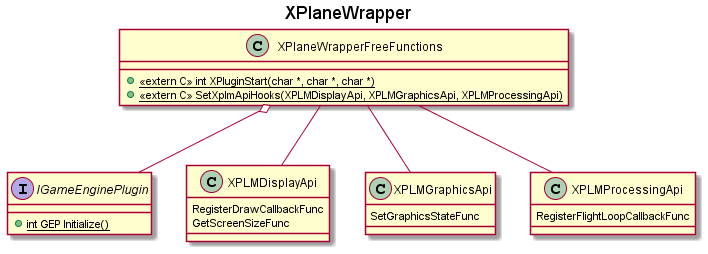
stevostj/Sandbox keeps this PlantUML diagram as GameEnginePlugin/Docs/XPlaneWrapper.png. Above is the earlier version.
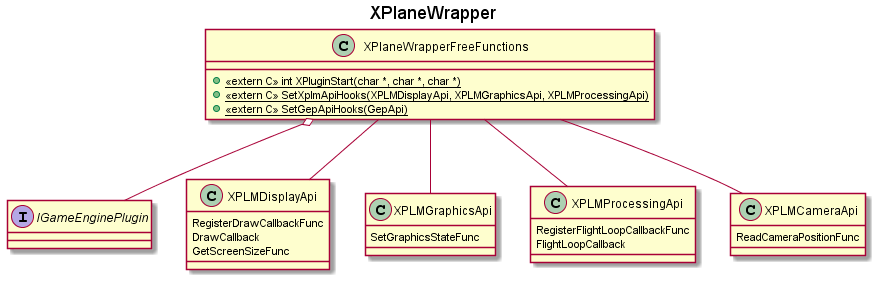
After the change.

Diff of the diagram source:
```diff
@@ -3,11 +3,11 @@
 title "XPlaneWrapper"
 
 interface "IGameEnginePlugin"  as IGEP {
-    + {static} int GEP Initialize()
 }
 
 class "XPLMDisplayApi" as XDA {
   RegisterDrawCallbackFunc
+  DrawCallback
   GetScreenSizeFunc
 }
 
@@ -17,11 +17,18 @@
 
 class "XPLMProcessingApi" as XPA {
   RegisterFlightLoopCallbackFunc
+  FlightLoopCallback
+}
+
+class "XPLMCameraApi" as XCA {
+  ReadCameraPositionFunc
 }
 
 class "XPlaneWrapperFreeFunctions"  as XPW {
     + {static} <<extern C>> int XPluginStart(char *, char *, char *)
     + {static} <<extern C>> SetXplmApiHooks(XPLMDisplayApi, XPLMGraphicsApi, XPLMProcessingApi)
+    + {static} <<extern C>> SetGepApiHooks(GepApi)
+
 }
 
 XPW o-- IGEP
@@ -29,6 +36,7 @@
 XPW -- XDA
 XPW -- XGA
 XPW -- XPA
+XPW -- XCA
 
 
 @enduml
```
